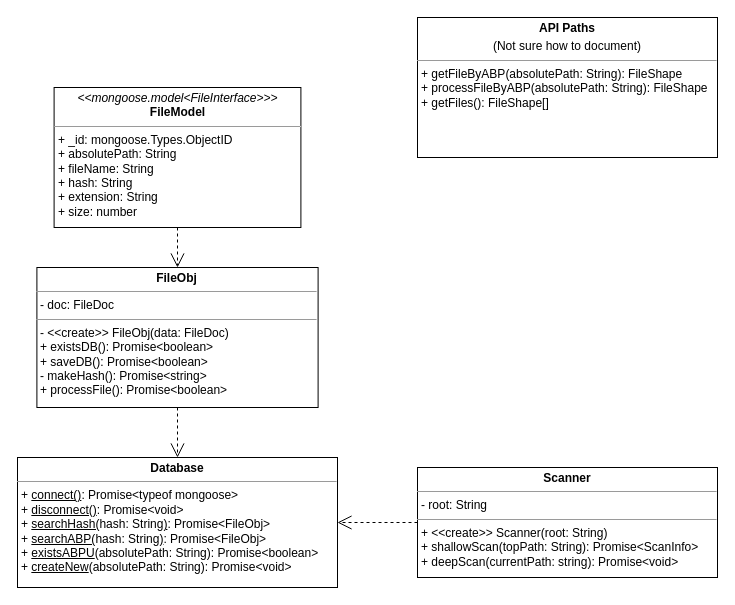
This is bfs-core.drawio from jm0ran/bfs-core, a draw.io file, before an edit. Source tidied: cells renumbered, new cells numbered last; positions are measured from the earlier drawing's top-left corner, leaving out a move shared by most shapes. Both pictures are drawn from the tidied source at 100%, with x=0, y=0 at pixel (17, 17).
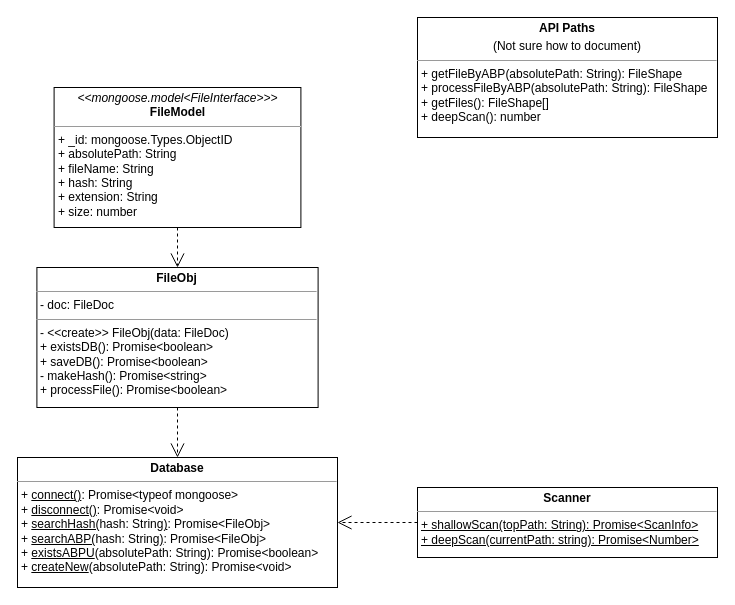
Above is the later version.

Commit message (it also covers changes not shown here):
deepScan api call

Diff of the diagram source:
```diff
@@
 <mxGraphModel>
   <root>
     <mxCell id="0" />
     <mxCell id="1" parent="0" />
     <mxCell id="2" value="&lt;p style=&quot;margin: 0px ; margin-top: 4px ; text-align: center&quot;&gt;&lt;b&gt;FileObj&lt;/b&gt;&lt;/p&gt;&lt;hr size=&quot;1&quot;&gt;&lt;p style=&quot;margin: 0px ; margin-left: 4px&quot;&gt;- doc: FileDoc&lt;/p&gt;&lt;hr size=&quot;1&quot;&gt;&lt;p style=&quot;margin: 0px ; margin-left: 4px&quot;&gt;- &amp;lt;&amp;lt;create&amp;gt;&amp;gt; FileObj(data: FileDoc)&lt;/p&gt;&lt;p style=&quot;margin: 0px ; margin-left: 4px&quot;&gt;+ existsDB(): Promise&amp;lt;boolean&amp;gt;&lt;/p&gt;&lt;p style=&quot;margin: 0px ; margin-left: 4px&quot;&gt;+ saveDB(): Promise&amp;lt;boolean&amp;gt;&lt;/p&gt;&lt;p style=&quot;margin: 0px 0px 0px 4px&quot;&gt;- makeHash(): Promise&amp;lt;string&amp;gt;&lt;/p&gt;&lt;p style=&quot;margin: 0px 0px 0px 4px&quot;&gt;+ processFile(): Promise&amp;lt;boolean&amp;gt;&lt;/p&gt;&lt;p style=&quot;margin: 0px 0px 0px 4px&quot;&gt;&lt;br&gt;&lt;/p&gt;&lt;div&gt;&lt;br&gt;&lt;/div&gt;&lt;p style=&quot;margin: 0px ; margin-left: 4px&quot;&gt;&lt;br&gt;&lt;/p&gt;" style="verticalAlign=top;align=left;overflow=fill;fontSize=12;fontFamily=Helvetica;html=1;" parent="1" vertex="1">
       <mxGeometry x="19.4" y="250" width="281.2" height="140" as="geometry" />
     </mxCell>
     <mxCell id="3" value="&lt;p style=&quot;margin: 0px ; margin-top: 4px ; text-align: center&quot;&gt;&lt;i&gt;&amp;lt;&amp;lt;mongoose.model&amp;lt;FileInterface&amp;gt;&amp;gt;&amp;gt;&lt;/i&gt;&lt;br&gt;&lt;b&gt;FileModel&lt;/b&gt;&lt;/p&gt;&lt;hr size=&quot;1&quot;&gt;&lt;p style=&quot;margin: 0px ; margin-left: 4px&quot;&gt;+ _id: mongoose.Types.ObjectID&lt;/p&gt;&lt;p style=&quot;margin: 0px ; margin-left: 4px&quot;&gt;+ absolutePath: String&lt;/p&gt;&lt;p style=&quot;margin: 0px ; margin-left: 4px&quot;&gt;+ fileName: String&lt;br&gt;+ hash: String&lt;/p&gt;&lt;p style=&quot;margin: 0px ; margin-left: 4px&quot;&gt;+ extension: String&lt;/p&gt;&lt;p style=&quot;margin: 0px ; margin-left: 4px&quot;&gt;+ size: number&lt;/p&gt;" style="verticalAlign=top;align=left;overflow=fill;fontSize=12;fontFamily=Helvetica;html=1;" parent="1" vertex="1">
       <mxGeometry x="36.6" y="70" width="246.8" height="140" as="geometry" />
     </mxCell>
     <mxCell id="4" style="endArrow=open;endFill=1;endSize=12;html=1;rounded=0;exitX=0.5;exitY=1;exitDx=0;exitDy=0;entryX=0.5;entryY=0;entryDx=0;entryDy=0;dashed=1;" parent="1" edge="1" source="3" target="2">
       <mxGeometry relative="1" as="geometry" />
     </mxCell>
     <mxCell id="5" value="&lt;p style=&quot;margin: 0px ; margin-top: 4px ; text-align: center&quot;&gt;&lt;b&gt;Database&lt;/b&gt;&lt;/p&gt;&lt;hr size=&quot;1&quot;&gt;&lt;p style=&quot;margin: 0px ; margin-left: 4px&quot;&gt;&lt;span&gt;+ &lt;u&gt;connect()&lt;/u&gt;: Promise&amp;lt;typeof mongoose&amp;gt;&lt;/span&gt;&lt;br&gt;&lt;/p&gt;&lt;p style=&quot;margin: 0px ; margin-left: 4px&quot;&gt;+ &lt;u&gt;disconnect()&lt;/u&gt;: Promise&amp;lt;void&amp;gt;&lt;/p&gt;&lt;p style=&quot;margin: 0px ; margin-left: 4px&quot;&gt;+ &lt;u&gt;searchHash(&lt;/u&gt;hash: String&lt;u&gt;)&lt;/u&gt;: Promise&amp;lt;FileObj&amp;gt;&lt;/p&gt;&lt;p style=&quot;margin: 0px ; margin-left: 4px&quot;&gt;+&amp;nbsp;&lt;u&gt;searchABP(&lt;/u&gt;hash: String&lt;u&gt;)&lt;/u&gt;: Promise&amp;lt;FileObj&amp;gt;&lt;br&gt;&lt;/p&gt;&lt;p style=&quot;margin: 0px ; margin-left: 4px&quot;&gt;+ &lt;u&gt;existsABPU&lt;/u&gt;(absolutePath: String): Promise&amp;lt;boolean&amp;gt;&lt;/p&gt;&lt;p style=&quot;margin: 0px ; margin-left: 4px&quot;&gt;+ &lt;u&gt;createNew&lt;/u&gt;(absolutePath: String): Promise&amp;lt;void&amp;gt;&lt;/p&gt;" style="verticalAlign=top;align=left;overflow=fill;fontSize=12;fontFamily=Helvetica;html=1;" parent="1" vertex="1">
       <mxGeometry y="440" width="320" height="130" as="geometry" />
     </mxCell>
     <mxCell id="6" style="endArrow=open;endFill=1;endSize=12;html=1;rounded=0;exitX=0.5;exitY=1;exitDx=0;exitDy=0;entryX=0.5;entryY=0;entryDx=0;entryDy=0;dashed=1;" parent="1" edge="1" source="2" target="5">
       <mxGeometry relative="1" as="geometry" />
     </mxCell>
-    <mxCell id="7" value="&lt;p style=&quot;margin: 0px ; margin-top: 4px ; text-align: center&quot;&gt;&lt;b&gt;Scanner&lt;/b&gt;&lt;/p&gt;&lt;hr size=&quot;1&quot;&gt;&lt;p style=&quot;margin: 0px ; margin-left: 4px&quot;&gt;- root: String&lt;br&gt;&lt;/p&gt;&lt;hr size=&quot;1&quot;&gt;&lt;p style=&quot;margin: 0px ; margin-left: 4px&quot;&gt;+ &amp;lt;&amp;lt;create&amp;gt;&amp;gt; Scanner(root: String)&lt;br&gt;+ shallowScan(topPath: String): Promise&amp;lt;ScanInfo&amp;gt;&lt;/p&gt;&lt;p style=&quot;margin: 0px ; margin-left: 4px&quot;&gt;+ deepScan(currentPath: string): Promise&amp;lt;void&amp;gt;&lt;/p&gt;" style="verticalAlign=top;align=left;overflow=fill;fontSize=12;fontFamily=Helvetica;html=1;" parent="1" vertex="1">
-      <mxGeometry x="400" y="450" width="300" height="110" as="geometry" />
+    <mxCell id="7" value="&lt;p style=&quot;margin: 0px ; margin-top: 4px ; text-align: center&quot;&gt;&lt;b&gt;Scanner&lt;/b&gt;&lt;/p&gt;&lt;hr size=&quot;1&quot;&gt;&lt;p style=&quot;margin: 0px ; margin-left: 4px&quot;&gt;&lt;/p&gt;&lt;p style=&quot;margin: 0px ; margin-left: 4px&quot;&gt;&lt;u&gt;+ shallowScan(topPath: String): Promise&amp;lt;ScanInfo&amp;gt;&lt;/u&gt;&lt;/p&gt;&lt;p style=&quot;margin: 0px ; margin-left: 4px&quot;&gt;&lt;u&gt;+ deepScan(currentPath: string): Promise&amp;lt;Number&amp;gt;&lt;/u&gt;&lt;/p&gt;" style="verticalAlign=top;align=left;overflow=fill;fontSize=12;fontFamily=Helvetica;html=1;" parent="1" vertex="1">
+      <mxGeometry x="400" y="470" width="300" height="70" as="geometry" />
     </mxCell>
     <mxCell id="8" style="endArrow=open;endSize=12;dashed=1;html=1;rounded=0;exitX=0;exitY=0.5;exitDx=0;exitDy=0;entryX=1;entryY=0.5;entryDx=0;entryDy=0;" parent="1" edge="1" source="7" target="5">
       <mxGeometry relative="1" as="geometry" />
     </mxCell>
-    <mxCell id="9" value="&lt;p style=&quot;margin: 0px ; margin-top: 4px ; text-align: center&quot;&gt;&lt;b&gt;API Paths&lt;/b&gt;&lt;/p&gt;&lt;p style=&quot;margin: 0px ; margin-top: 4px ; text-align: center&quot;&gt;(Not sure how to document)&lt;/p&gt;&lt;hr size=&quot;1&quot;&gt;&lt;p style=&quot;margin: 0px ; margin-left: 4px&quot;&gt;+ getFileByABP(absolutePath: String): FileShape&lt;/p&gt;&lt;p style=&quot;margin: 0px ; margin-left: 4px&quot;&gt;+ processFileByABP(absolutePath: String): FileShape&lt;br&gt;&lt;/p&gt;&lt;p style=&quot;margin: 0px ; margin-left: 4px&quot;&gt;+ getFiles(): FileShape[]&lt;/p&gt;" style="verticalAlign=top;align=left;overflow=fill;fontSize=12;fontFamily=Helvetica;html=1;" parent="1" vertex="1">
-      <mxGeometry x="400" width="300" height="140" as="geometry" />
+    <mxCell id="9" value="&lt;p style=&quot;margin: 0px ; margin-top: 4px ; text-align: center&quot;&gt;&lt;b&gt;API Paths&lt;/b&gt;&lt;/p&gt;&lt;p style=&quot;margin: 0px ; margin-top: 4px ; text-align: center&quot;&gt;(Not sure how to document)&lt;/p&gt;&lt;hr size=&quot;1&quot;&gt;&lt;p style=&quot;margin: 0px ; margin-left: 4px&quot;&gt;+ getFileByABP(absolutePath: String): FileShape&lt;/p&gt;&lt;p style=&quot;margin: 0px ; margin-left: 4px&quot;&gt;+ processFileByABP(absolutePath: String): FileShape&lt;br&gt;&lt;/p&gt;&lt;p style=&quot;margin: 0px ; margin-left: 4px&quot;&gt;+ getFiles(): FileShape[]&lt;/p&gt;&lt;p style=&quot;margin: 0px ; margin-left: 4px&quot;&gt;+ deepScan(): number&lt;/p&gt;" style="verticalAlign=top;align=left;overflow=fill;fontSize=12;fontFamily=Helvetica;html=1;" parent="1" vertex="1">
+      <mxGeometry x="400" width="300" height="120" as="geometry" />
     </mxCell>
   </root>
 </mxGraphModel>
```
